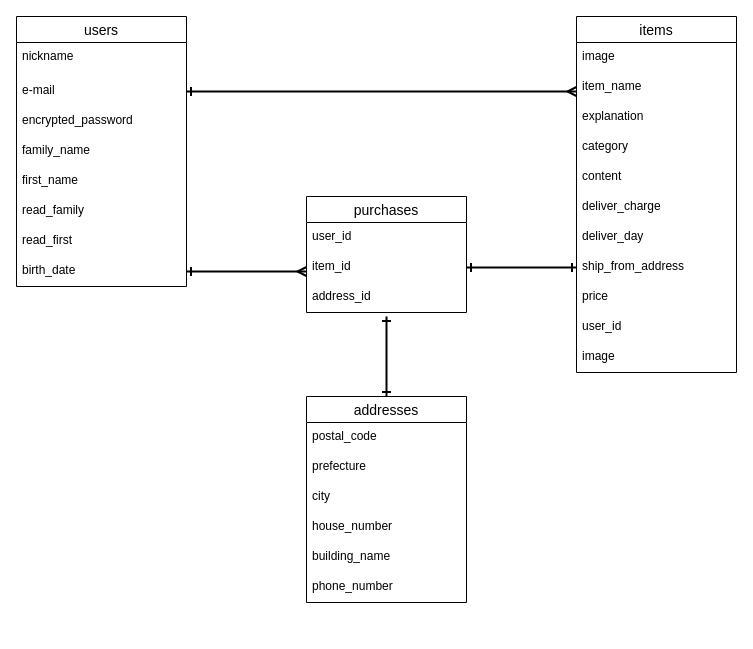
The draw.io diagram ER.dio in seigi1/furima-38166, before the edit. Source tidied: cells renumbered, new cells numbered last; positions are measured from the earlier drawing's top-left corner, leaving out a move shared by most shapes. Both pictures are drawn from the tidied source at 100%, with x=0, y=0 at pixel (16, 16).
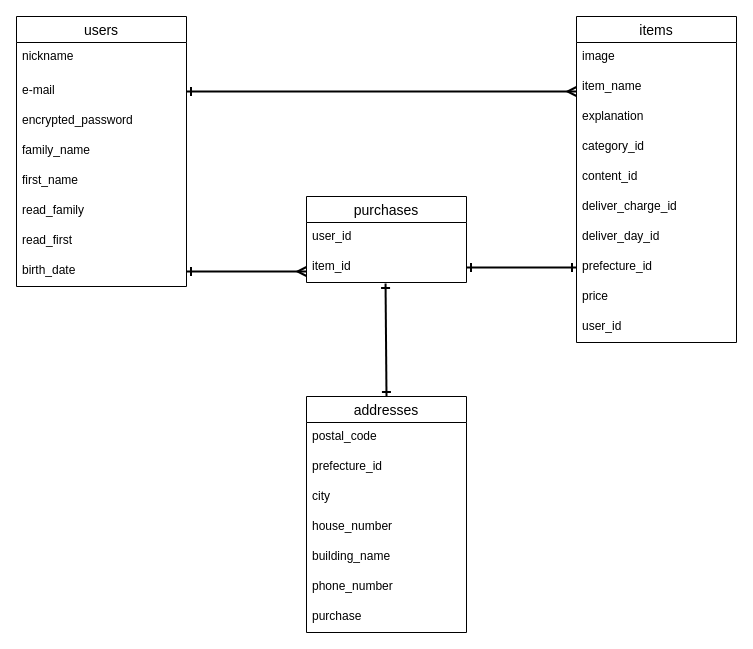
After the change.

Commit message (it also covers changes not shown here):
データベース設計_修正1

The change refers to these unchanged cells:
```xml
<mxCell id="25" value="item_id" style="text;strokeColor=none;fillColor=none;spacingLeft=4;spacingRight=4;overflow=hidden;points=[[0,0.5],[1,0.5]];portConstraint=eastwest;fontSize=12;" parent="23" vertex="1">
  <mxGeometry y="56" width="160" height="30" as="geometry" />
</mxCell>
```

The edit, as a diff of the source:
```diff
@@
     <mxCell id="11" value="items" style="swimlane;fontStyle=0;horizontal=1;startSize=26;align=center;fontSize=14;" parent="1" vertex="1">
-      <mxGeometry x="560" width="160" height="356" as="geometry" />
+      <mxGeometry x="560" width="160" height="326" as="geometry" />
     </mxCell>
@@
-    <mxCell id="15" value="category" style="text;strokeColor=none;fillColor=none;spacingLeft=4;spacingRight=4;overflow=hidden;fontSize=12;" parent="11" vertex="1">
+    <mxCell id="15" value="category_id" style="text;strokeColor=none;fillColor=none;spacingLeft=4;spacingRight=4;overflow=hidden;fontSize=12;" parent="11" vertex="1">
       <mxGeometry y="116" width="160" height="30" as="geometry" />
     </mxCell>
-    <mxCell id="16" value="content" style="text;strokeColor=none;fillColor=none;spacingLeft=4;spacingRight=4;overflow=hidden;fontSize=12;" parent="11" vertex="1">
+    <mxCell id="16" value="content_id" style="text;strokeColor=none;fillColor=none;spacingLeft=4;spacingRight=4;overflow=hidden;fontSize=12;" parent="11" vertex="1">
       <mxGeometry y="146" width="160" height="30" as="geometry" />
     </mxCell>
-    <mxCell id="17" value="deliver_charge" style="text;strokeColor=none;fillColor=none;spacingLeft=4;spacingRight=4;overflow=hidden;fontSize=12;" parent="11" vertex="1">
+    <mxCell id="17" value="deliver_charge_id" style="text;strokeColor=none;fillColor=none;spacingLeft=4;spacingRight=4;overflow=hidden;fontSize=12;" parent="11" vertex="1">
       <mxGeometry y="176" width="160" height="30" as="geometry" />
     </mxCell>
-    <mxCell id="18" value="deliver_day" style="text;strokeColor=none;fillColor=none;spacingLeft=4;spacingRight=4;overflow=hidden;fontSize=12;" parent="11" vertex="1">
+    <mxCell id="18" value="deliver_day_id" style="text;strokeColor=none;fillColor=none;spacingLeft=4;spacingRight=4;overflow=hidden;fontSize=12;" parent="11" vertex="1">
       <mxGeometry y="206" width="160" height="30" as="geometry" />
     </mxCell>
-    <mxCell id="19" value="ship_from_address" style="text;strokeColor=none;fillColor=none;spacingLeft=4;spacingRight=4;overflow=hidden;points=[[0,0.5],[1,0.5]];portConstraint=eastwest;fontSize=12;" parent="11" vertex="1">
+    <mxCell id="19" value="prefecture_id" style="text;strokeColor=none;fillColor=none;spacingLeft=4;spacingRight=4;overflow=hidden;points=[[0,0.5],[1,0.5]];portConstraint=eastwest;fontSize=12;" parent="11" vertex="1">
       <mxGeometry y="236" width="160" height="30" as="geometry" />
     </mxCell>
@@
-    <mxCell id="22" value="image" style="text;strokeColor=none;fillColor=none;spacingLeft=4;spacingRight=4;overflow=hidden;fontSize=12;" parent="11" vertex="1">
-      <mxGeometry y="326" width="160" height="30" as="geometry" />
-    </mxCell>
     <mxCell id="23" value="purchases" style="swimlane;fontStyle=0;horizontal=1;startSize=26;align=center;fontSize=14;" parent="1" vertex="1">
-      <mxGeometry x="290" y="180" width="160" height="116" as="geometry" />
+      <mxGeometry x="290" y="180" width="160" height="86" as="geometry" />
     </mxCell>
@@
-    <mxCell id="26" value="address_id" style="text;strokeColor=none;fillColor=none;spacingLeft=4;spacingRight=4;overflow=hidden;fontSize=12;" parent="23" vertex="1">
-      <mxGeometry y="86" width="160" height="30" as="geometry" />
-    </mxCell>
-    <mxCell id="27" style="edgeStyle=none;jumpSize=12;html=1;exitX=0.5;exitY=0;exitDx=0;exitDy=0;startArrow=ERone;startFill=0;endArrow=ERone;endFill=0;strokeWidth=2;" parent="1" edge="1" source="28">
-      <mxGeometry relative="1" as="geometry">
-        <mxPoint x="370" y="300" as="targetPoint" />
-      </mxGeometry>
+    <mxCell id="27" style="edgeStyle=none;jumpSize=12;html=1;exitX=0.5;exitY=0;exitDx=0;exitDy=0;startArrow=ERone;startFill=0;endArrow=ERone;endFill=0;strokeWidth=2;entryX=0.494;entryY=1.033;entryDx=0;entryDy=0;entryPerimeter=0;" parent="1" edge="1" source="28" target="25">
+      <mxGeometry relative="1" as="geometry" />
     </mxCell>
     <mxCell id="28" value="addresses" style="swimlane;fontStyle=0;horizontal=1;startSize=26;align=center;fontSize=14;" parent="1" vertex="1">
-      <mxGeometry x="290" y="380" width="160" height="206" as="geometry" />
+      <mxGeometry x="290" y="380" width="160" height="236" as="geometry" />
     </mxCell>
@@
-    <mxCell id="30" value="prefecture" style="text;strokeColor=none;fillColor=none;spacingLeft=4;spacingRight=4;overflow=hidden;fontSize=12;" parent="28" vertex="1">
+    <mxCell id="30" value="prefecture_id" style="text;strokeColor=none;fillColor=none;spacingLeft=4;spacingRight=4;overflow=hidden;fontSize=12;" parent="28" vertex="1">
       <mxGeometry y="56" width="160" height="30" as="geometry" />
     </mxCell>
@@
+    <mxCell id="38" value="purchase" style="text;strokeColor=none;fillColor=none;spacingLeft=4;spacingRight=4;overflow=hidden;fontSize=12;" parent="28" vertex="1">
+      <mxGeometry y="206" width="160" height="30" as="geometry" />
+    </mxCell>
```
